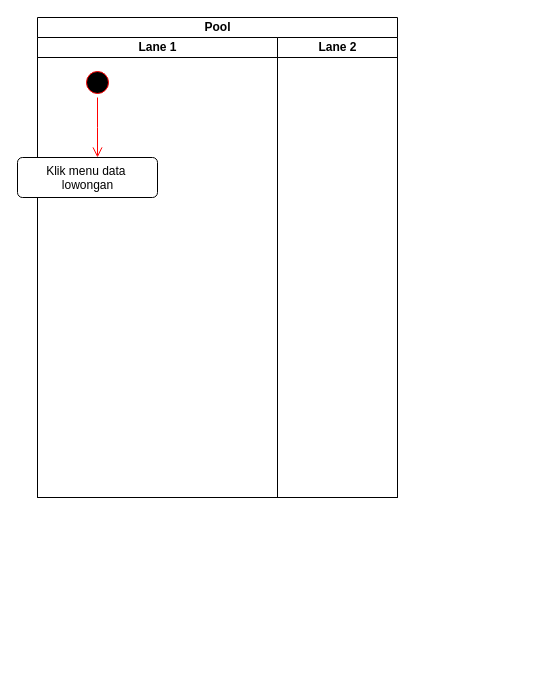
rusdianto05/dianrusdianto.github.io keeps this draw.io diagram as Untitled Diagram.drawio. Above is the earlier version. Source tidied: cells renumbered, new cells numbered last; positions are measured from the earlier drawing's top-left corner, leaving out a move shared by most shapes. Both pictures are drawn from the tidied source at 100%, with x=0, y=0 at pixel (17, 17).
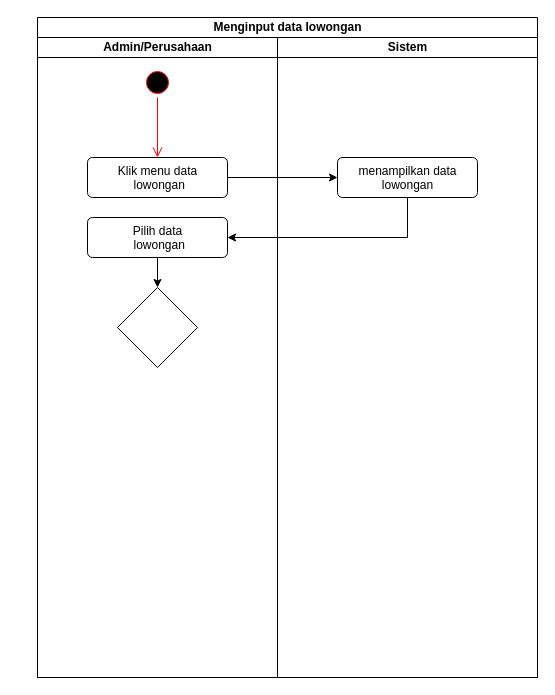
After the change.

Commit message:
Activity Diagram

What changed in the source:
```diff
@@
 <mxGraphModel>
   <root>
     <mxCell id="0" />
     <mxCell id="1" parent="0" />
-    <mxCell id="2" value="Pool" style="swimlane;startSize=20;html=1;" parent="1" vertex="1">
-      <mxGeometry x="20" width="360" height="480" as="geometry" />
+    <mxCell id="2" value="Menginput data lowongan" style="swimlane;startSize=20;html=1;" parent="1" vertex="1">
+      <mxGeometry x="20" width="500" height="660" as="geometry" />
     </mxCell>
-    <mxCell id="3" value="Lane 1" style="swimlane;startSize=20;html=1;" parent="2" vertex="1">
-      <mxGeometry y="20" width="240" height="460" as="geometry" />
+    <mxCell id="3" value="Admin/Perusahaan" style="swimlane;startSize=20;html=1;" parent="2" vertex="1">
+      <mxGeometry y="20" width="240" height="640" as="geometry" />
     </mxCell>
     <mxCell id="4" style="ellipse;html=1;shape=startState;fillColor=#000000;strokeColor=#ff0000;" parent="3" vertex="1">
-      <mxGeometry x="45" y="30" width="30" height="30" as="geometry" />
+      <mxGeometry x="105" y="30" width="30" height="30" as="geometry" />
     </mxCell>
-    <mxCell id="5" style="edgeStyle=orthogonalEdgeStyle;html=1;verticalAlign=bottom;endArrow=open;endSize=8;strokeColor=#ff0000;rounded=0;" parent="3" edge="1" source="4">
+    <mxCell id="5" style="edgeStyle=orthogonalEdgeStyle;html=1;verticalAlign=bottom;endArrow=open;endSize=8;strokeColor=#ff0000;rounded=0;entryX=0.5;entryY=0;entryDx=0;entryDy=0;" parent="3" edge="1" source="4" target="6">
       <mxGeometry relative="1" as="geometry">
-        <mxPoint x="60" y="120" as="targetPoint" />
+        <Array as="points">
+          <mxPoint x="120" y="121" />
+        </Array>
       </mxGeometry>
     </mxCell>
-    <mxCell id="6" value="Klik menu data&amp;nbsp;&lt;br style=&quot;border-color: var(--border-color);&quot;&gt;lowongan" style="html=1;align=center;verticalAlign=top;rounded=1;absoluteArcSize=1;arcSize=10;dashed=0;" parent="3" vertex="1">
-      <mxGeometry x="-20" y="120" width="140" height="40" as="geometry" />
+    <mxCell id="6" value="Klik menu data&lt;br&gt;&amp;nbsp;lowongan" style="html=1;align=center;verticalAlign=top;rounded=1;absoluteArcSize=1;arcSize=10;dashed=0;" parent="3" vertex="1">
+      <mxGeometry x="50" y="120" width="140" height="40" as="geometry" />
     </mxCell>
+    <mxCell id="8" style="edgeStyle=orthogonalEdgeStyle;rounded=0;jettySize=auto;html=1;exitX=0.5;exitY=1;exitDx=0;exitDy=0;entryX=0.5;entryY=0;entryDx=0;entryDy=0;" parent="3" edge="1" source="9" target="10">
+      <mxGeometry relative="1" as="geometry" />
+    </mxCell>
+    <mxCell id="9" value="Pilih data&lt;br&gt;&amp;nbsp;lowongan" style="html=1;align=center;verticalAlign=top;rounded=1;absoluteArcSize=1;arcSize=10;dashed=0;" parent="3" vertex="1">
+      <mxGeometry x="50" y="180" width="140" height="40" as="geometry" />
+    </mxCell>
+    <mxCell id="10" style="rhombus;whiteSpace=wrap;html=1;" parent="3" vertex="1">
+      <mxGeometry x="80" y="250" width="80" height="80" as="geometry" />
+    </mxCell>
-    <mxCell id="7" value="Lane 2" style="swimlane;startSize=20;html=1;" parent="2" vertex="1">
-      <mxGeometry x="240" y="20" width="120" height="460" as="geometry" />
+    <mxCell id="7" value="Sistem" style="swimlane;startSize=20;html=1;" parent="2" vertex="1">
+      <mxGeometry x="240" y="20" width="260" height="640" as="geometry" />
     </mxCell>
+    <mxCell id="11" value="menampilkan data&lt;br&gt;lowongan" style="html=1;align=center;verticalAlign=top;rounded=1;absoluteArcSize=1;arcSize=10;dashed=0;" parent="7" vertex="1">
+      <mxGeometry x="60" y="120" width="140" height="40" as="geometry" />
+    </mxCell>
+    <mxCell id="12" style="edgeStyle=orthogonalEdgeStyle;rounded=0;jettySize=auto;html=1;exitX=1;exitY=0.5;exitDx=0;exitDy=0;entryX=0;entryY=0.5;entryDx=0;entryDy=0;" parent="2" edge="1" source="6" target="11">
+      <mxGeometry relative="1" as="geometry" />
+    </mxCell>
+    <mxCell id="13" style="edgeStyle=orthogonalEdgeStyle;rounded=0;jettySize=auto;html=1;exitX=0.5;exitY=1;exitDx=0;exitDy=0;entryX=1;entryY=0.5;entryDx=0;entryDy=0;" parent="2" edge="1" source="11" target="9">
+      <mxGeometry relative="1" as="geometry" />
+    </mxCell>
   </root>
 </mxGraphModel>
```
